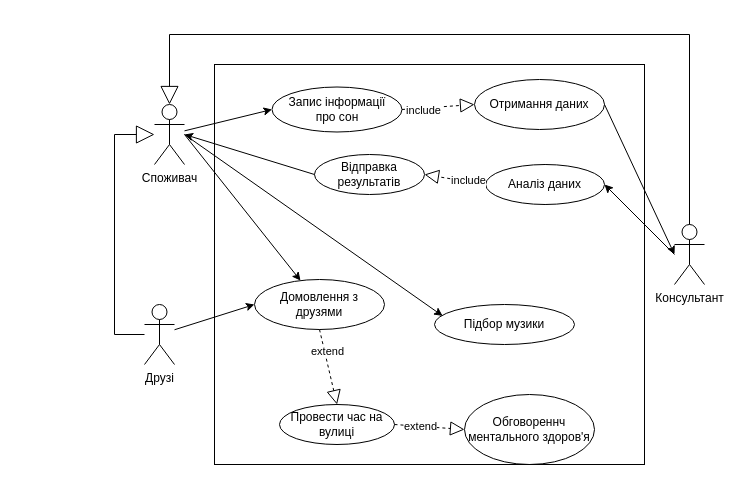
This is page "Страница — 3" (3 of 3) of 1-SoftwareRequirements/1.3-SoftwareUserRequirements/1.3.3-UseCaseDiagram/UseCaseDiagram.drawio from oleksandrblazhko/ai-216-idzhilov, a draw.io file, before an edit. Source tidied: cells renumbered, new cells numbered last; positions are measured from the earlier drawing's top-left corner, leaving out a move shared by most shapes. Both pictures are drawn from the tidied source at 100%, with x=0, y=0 at pixel (114, 34).
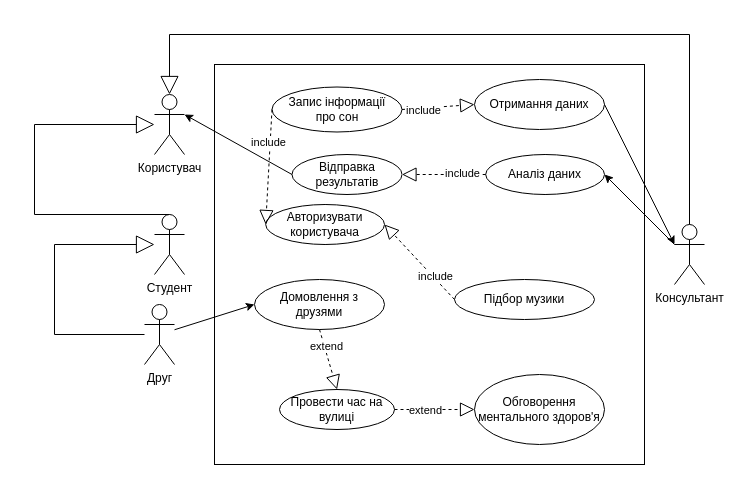
The same page after the edit.

The change refers to these unchanged cells:
```xml
<mxCell id="3" value="Консультант" style="shape=umlActor;verticalLabelPosition=bottom;verticalAlign=top;html=1;outlineConnect=0;" parent="1" vertex="1">
  <mxGeometry x="560" y="190" width="30" height="60" as="geometry" />
</mxCell>
<mxCell id="6" value="Отримання даних" style="ellipse;whiteSpace=wrap;html=1;" parent="1" vertex="1">
  <mxGeometry x="360" y="45" width="130" height="50" as="geometry" />
</mxCell>
<mxCell id="7" value="Запис інформації&lt;br&gt;про сон" style="ellipse;whiteSpace=wrap;html=1;" parent="1" vertex="1">
  <mxGeometry x="157.5" y="52.5" width="130" height="45" as="geometry" />
</mxCell>
<mxCell id="9" value="Домовлення з друзями" style="ellipse;whiteSpace=wrap;html=1;" parent="1" vertex="1">
  <mxGeometry x="140" y="245" width="130" height="50" as="geometry" />
</mxCell>
```

The edit, as a diff of the source:
```diff
@@
+    <mxCell id="30" style="rounded=0;whiteSpace=wrap;html=1;fillColor=none;" parent="1" vertex="1">
+      <mxGeometry x="100" y="30" width="430" height="400" as="geometry" />
+    </mxCell>
-    <mxCell id="2" value="Споживач&lt;br&gt;" style="shape=umlActor;verticalLabelPosition=bottom;verticalAlign=top;html=1;outlineConnect=0;" parent="1" vertex="1">
-      <mxGeometry x="40" y="70" width="30" height="60" as="geometry" />
+    <mxCell id="2" value="Користувач" style="shape=umlActor;verticalLabelPosition=bottom;verticalAlign=top;html=1;outlineConnect=0;" parent="1" vertex="1">
+      <mxGeometry x="40" y="60" width="30" height="60" as="geometry" />
     </mxCell>
@@
-    <mxCell id="4" value="Друзі" style="shape=umlActor;verticalLabelPosition=bottom;verticalAlign=top;html=1;outlineConnect=0;" parent="1" vertex="1">
+    <mxCell id="4" value="Друг" style="shape=umlActor;verticalLabelPosition=bottom;verticalAlign=top;html=1;outlineConnect=0;" parent="1" vertex="1">
       <mxGeometry x="30" y="270" width="30" height="60" as="geometry" />
     </mxCell>
     <mxCell id="5" value="Підбор музики" style="ellipse;whiteSpace=wrap;html=1;" parent="1" vertex="1">
-      <mxGeometry x="320" y="270" width="140" height="40" as="geometry" />
+      <mxGeometry x="340" y="245" width="140" height="40" as="geometry" />
     </mxCell>
@@
     <mxCell id="8" value="Відправка результатів" style="ellipse;whiteSpace=wrap;html=1;" parent="1" vertex="1">
-      <mxGeometry x="200" y="120" width="110" height="40" as="geometry" />
+      <mxGeometry x="177.5" y="120" width="110" height="40" as="geometry" />
     </mxCell>
@@
     <mxCell id="10" value="Провести час на вулиці" style="ellipse;whiteSpace=wrap;html=1;" parent="1" vertex="1">
-      <mxGeometry x="165" y="370" width="115" height="40" as="geometry" />
+      <mxGeometry x="165" y="355" width="115" height="40" as="geometry" />
     </mxCell>
-    <mxCell id="11" value="Обговореннч ментального здоров'я" style="ellipse;whiteSpace=wrap;html=1;" parent="1" vertex="1">
-      <mxGeometry x="350" y="360" width="130" height="70" as="geometry" />
+    <mxCell id="11" value="Обговорення ментального здоров'я" style="ellipse;whiteSpace=wrap;html=1;" parent="1" vertex="1">
+      <mxGeometry x="360" y="340" width="130" height="70" as="geometry" />
     </mxCell>
     <mxCell id="12" value="Аналіз даних" style="ellipse;whiteSpace=wrap;html=1;" parent="1" vertex="1">
-      <mxGeometry x="371.2" y="130" width="118.8" height="40" as="geometry" />
+      <mxGeometry x="371.2" y="120" width="118.8" height="40" as="geometry" />
     </mxCell>
@@
-    <mxCell id="14" style="endArrow=classic;html=1;rounded=0;entryX=0;entryY=0.5;entryDx=0;entryDy=0;" parent="1" edge="1" source="2" target="7">
-      <mxGeometry relative="1" as="geometry" />
-    </mxCell>
-    <mxCell id="15" style="endArrow=classic;html=1;rounded=0;entryX=0.058;entryY=0.285;entryDx=0;entryDy=0;entryPerimeter=0;" parent="1" edge="1" target="5">
-      <mxGeometry relative="1" as="geometry">
-        <mxPoint x="70" y="100" as="sourcePoint" />
-      </mxGeometry>
-    </mxCell>
-    <mxCell id="16" style="endArrow=classic;html=1;rounded=0;" parent="1" edge="1" target="9">
-      <mxGeometry relative="1" as="geometry">
-        <mxPoint x="70" y="100" as="sourcePoint" />
-      </mxGeometry>
-    </mxCell>
@@
-    <mxCell id="19" style="endArrow=block;endSize=16;endFill=0;html=1;rounded=0;" parent="1" edge="1" source="4" target="2">
+    <mxCell id="19" style="endArrow=block;endSize=16;endFill=0;html=1;rounded=0;" parent="1" edge="1" source="4" target="31">
       <mxGeometry relative="1" as="geometry">
         <Array as="points">
-          <mxPoint y="300" />
-          <mxPoint y="100" />
+          <mxPoint x="-60" y="300" />
+          <mxPoint x="-60" y="210" />
         </Array>
       </mxGeometry>
     </mxCell>
@@
-    <mxCell id="23" style="endArrow=classic;html=1;rounded=0;exitX=0;exitY=0.5;exitDx=0;exitDy=0;" parent="1" edge="1" source="8">
-      <mxGeometry relative="1" as="geometry">
-        <mxPoint x="70" y="100" as="targetPoint" />
-      </mxGeometry>
+    <mxCell id="23" style="endArrow=classic;html=1;rounded=0;exitX=0;exitY=0.5;exitDx=0;exitDy=0;entryX=1;entryY=0.3333333333333333;entryDx=0;entryDy=0;entryPerimeter=0;" parent="1" edge="1" source="8" target="2">
+      <mxGeometry relative="1" as="geometry" />
     </mxCell>
@@
-    <mxCell id="28" style="endArrow=classic;html=1;rounded=0;exitX=1;exitY=0.5;exitDx=0;exitDy=0;" parent="1" edge="1" source="6">
-      <mxGeometry relative="1" as="geometry">
-        <mxPoint x="560" y="220" as="targetPoint" />
-      </mxGeometry>
+    <mxCell id="28" style="endArrow=classic;html=1;rounded=0;exitX=1;exitY=0.5;exitDx=0;exitDy=0;entryX=0;entryY=0.3333333333333333;entryDx=0;entryDy=0;entryPerimeter=0;" parent="1" edge="1" source="6" target="3">
+      <mxGeometry relative="1" as="geometry" />
     </mxCell>
-    <mxCell id="29" style="endArrow=classic;html=1;rounded=0;entryX=1;entryY=0.5;entryDx=0;entryDy=0;" parent="1" edge="1" target="12">
-      <mxGeometry relative="1" as="geometry">
-        <mxPoint x="560" y="220" as="sourcePoint" />
-      </mxGeometry>
+    <mxCell id="29" style="endArrow=classic;html=1;rounded=0;entryX=1;entryY=0.5;entryDx=0;entryDy=0;exitX=0;exitY=0.3333333333333333;exitDx=0;exitDy=0;exitPerimeter=0;" parent="1" edge="1" source="3" target="12">
+      <mxGeometry relative="1" as="geometry" />
     </mxCell>
-    <mxCell id="30" style="rounded=0;whiteSpace=wrap;html=1;fillColor=none;" parent="1" vertex="1">
-      <mxGeometry x="100" y="30" width="430" height="400" as="geometry" />
-    </mxCell>
+    <mxCell id="31" value="Студент" style="shape=umlActor;verticalLabelPosition=bottom;verticalAlign=top;html=1;outlineConnect=0;" parent="1" vertex="1">
+      <mxGeometry x="40" y="180" width="30" height="60" as="geometry" />
+    </mxCell>
+    <mxCell id="32" style="endArrow=block;endSize=16;endFill=0;html=1;rounded=0;exitX=0.5;exitY=0;exitDx=0;exitDy=0;exitPerimeter=0;" parent="1" edge="1" source="31" target="2">
+      <mxGeometry relative="1" as="geometry">
+        <Array as="points">
+          <mxPoint x="-80" y="180" />
+          <mxPoint x="-80" y="90" />
+        </Array>
+      </mxGeometry>
+    </mxCell>
+    <mxCell id="33" value="Авторизувати користувача" style="ellipse;whiteSpace=wrap;html=1;" parent="1" vertex="1">
+      <mxGeometry x="151.2" y="170" width="118.8" height="40" as="geometry" />
+    </mxCell>
+    <mxCell id="34" style="endArrow=block;dashed=1;endFill=0;endSize=12;html=1;rounded=0;exitX=0;exitY=0.5;exitDx=0;exitDy=0;entryX=0;entryY=0.5;entryDx=0;entryDy=0;" parent="1" edge="1" source="7" target="33">
+      <mxGeometry relative="1" as="geometry" />
+    </mxCell>
+    <mxCell id="35" value="include" style="edgeLabel;html=1;align=center;verticalAlign=middle;" parent="34" vertex="1">
+      <mxGeometry x="-0.42" y="-2" relative="1" as="geometry" />
+    </mxCell>
+    <mxCell id="36" style="endArrow=block;dashed=1;endFill=0;endSize=12;html=1;rounded=0;exitX=0;exitY=0.5;exitDx=0;exitDy=0;entryX=1;entryY=0.5;entryDx=0;entryDy=0;" parent="1" edge="1" source="5" target="33">
+      <mxGeometry relative="1" as="geometry" />
+    </mxCell>
+    <mxCell id="37" value="include" style="edgeLabel;html=1;align=center;verticalAlign=middle;" parent="36" vertex="1">
+      <mxGeometry x="-0.42" y="-2" relative="1" as="geometry" />
+    </mxCell>
```
